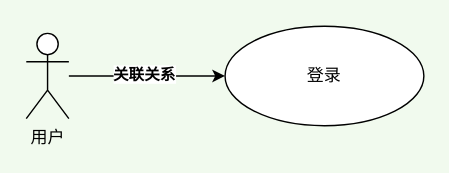
This is 未命名绘图.drawio from hollson/pm, a draw.io file, before an edit. Source tidied: cells renumbered, new cells numbered last; positions are measured from the earlier drawing's top-left corner, leaving out a move shared by most shapes. Both pictures are drawn from the tidied source at 142%, with x=0, y=0 at pixel (26, 26).
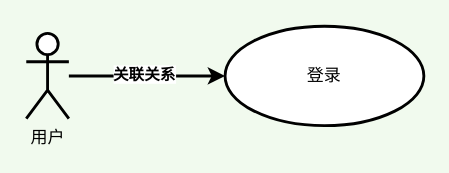
The same page after the edit.

Commit message:
更新未命名绘图.drawio

Change to the diagram source:
```diff
@@
 <mxGraphModel background="#F1FAEE">
   <root>
     <mxCell id="0" />
     <mxCell id="1" parent="0" />
-    <mxCell id="2" style="edgeStyle=orthogonalEdgeStyle;rounded=0;jettySize=auto;html=1;" parent="1" edge="1" source="4" target="5">
+    <mxCell id="2" style="edgeStyle=orthogonalEdgeStyle;rounded=0;jettySize=auto;html=1;strokeWidth=2;" parent="1" edge="1" source="4" target="5">
       <mxGeometry relative="1" as="geometry" />
     </mxCell>
     <mxCell id="3" value="关联关系" style="edgeLabel;html=1;align=center;verticalAlign=middle;fontStyle=1;" parent="2" vertex="1">
       <mxGeometry x="-0.05" y="2" relative="1" as="geometry" />
     </mxCell>
-    <mxCell id="4" value="用户" style="shape=umlActor;verticalLabelPosition=bottom;verticalAlign=top;html=1;" parent="1" vertex="1">
+    <mxCell id="4" value="用户" style="shape=umlActor;verticalLabelPosition=bottom;verticalAlign=top;html=1;strokeWidth=2;" parent="1" vertex="1">
       <mxGeometry y="5" width="30" height="60" as="geometry" />
     </mxCell>
-    <mxCell id="5" value="登录" style="ellipse;whiteSpace=wrap;html=1;" parent="1" vertex="1">
+    <mxCell id="5" value="登录" style="ellipse;whiteSpace=wrap;html=1;strokeWidth=2;" parent="1" vertex="1">
       <mxGeometry x="140" width="140" height="70" as="geometry" />
     </mxCell>
   </root>
 </mxGraphModel>
```
